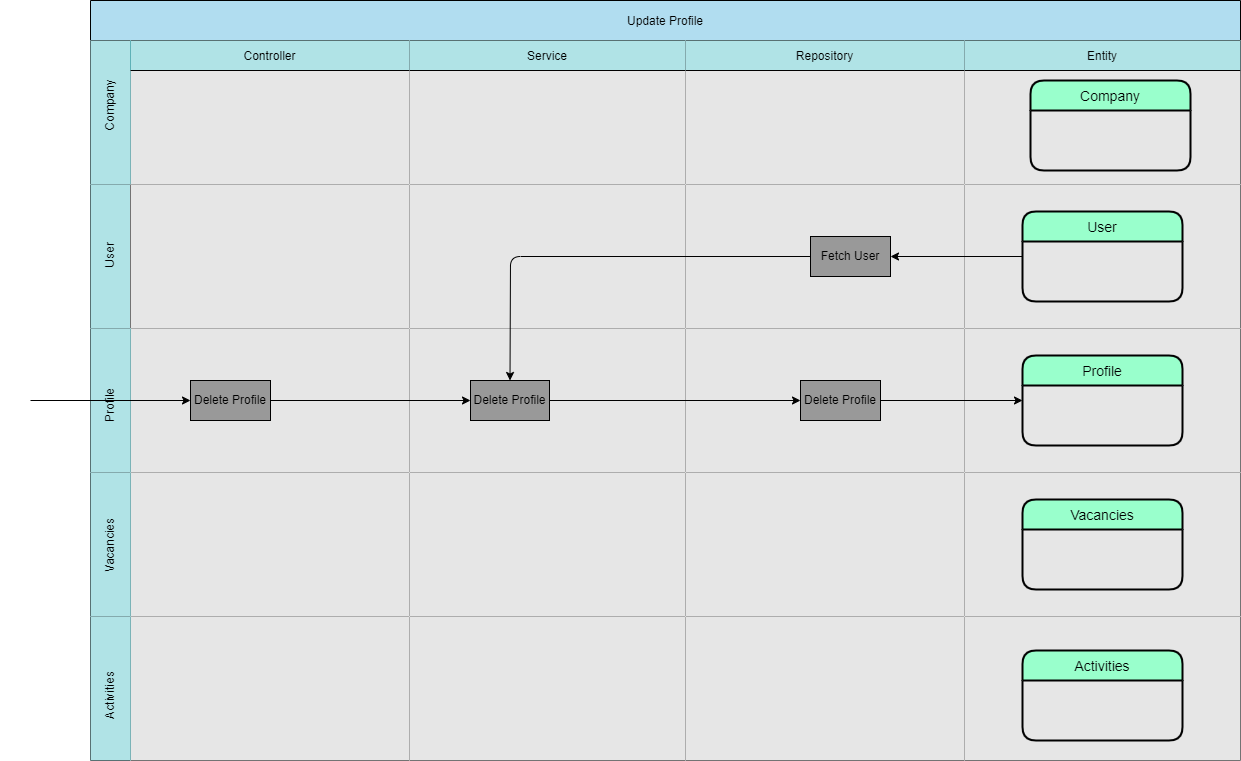
This is documents/asd/VAC-ASD-Delete-Profile-AS-v1.png from AaronSaya/educom-symfony-1690191754, a draw.io export, as it was before one commit. Source tidied: cells renumbered, new cells last; positions are measured from the earlier drawing's top-left corner, leaving out a move shared by most shapes.
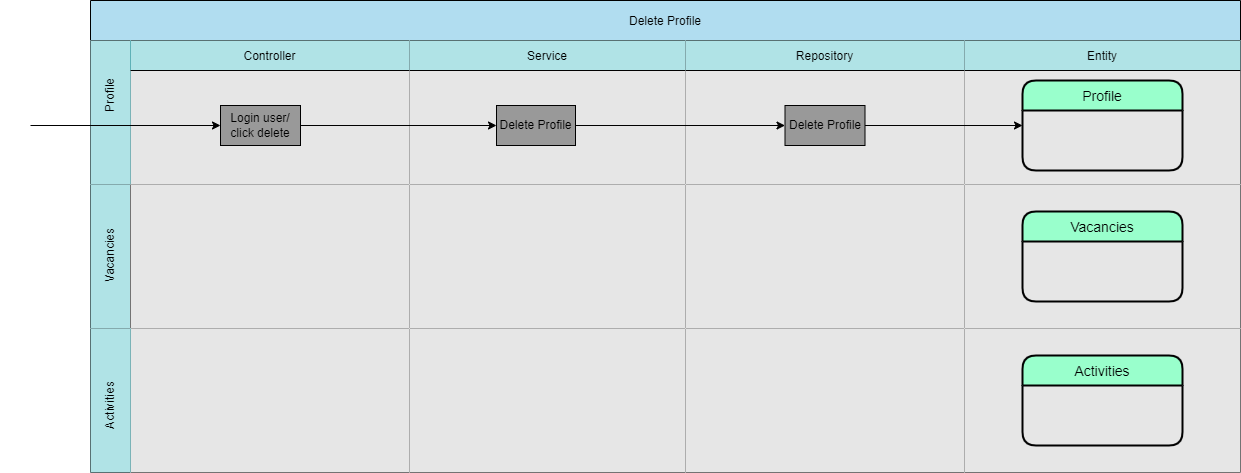
The same file after the commit.

What changed in the source:
```diff
@@ -2,8 +2,8 @@
   <root>
     <mxCell id="0" />
     <mxCell id="1" parent="0" />
-    <mxCell id="2" value="Update Profile" style="shape=table;startSize=40;fillColor=#b1ddf0;strokeColor=#000000;fontColor=#000000;" parent="1" vertex="1">
-      <mxGeometry x="90" width="1150" height="760" as="geometry" />
+    <mxCell id="2" value="Delete Profile" style="shape=table;startSize=40;fillColor=#b1ddf0;strokeColor=#000000;fontColor=#000000;" parent="1" vertex="1">
+      <mxGeometry x="90" width="1150" height="472" as="geometry" />
     </mxCell>
     <mxCell id="3" style="shape=tableRow;horizontal=0;swimlaneHead=0;swimlaneBody=0;top=0;left=0;bottom=0;right=0;fontStyle=0;fillColor=#b0e3e6;startSize=40;strokeColor=#0e8088;fontColor=#000000;" parent="2" vertex="1">
       <mxGeometry y="40" width="1150" height="144" as="geometry" />
@@ -11,18 +11,36 @@
     <mxCell id="4" value="Controller" style="swimlane;swimlaneHead=0;swimlaneBody=0;fontStyle=0;fillColor=#b0e3e6;startSize=30;strokeColor=#000000;fontColor=#000000;swimlaneFillColor=#E6E6E6;" parent="3" vertex="1">
       <mxGeometry x="40" width="279" height="144" as="geometry" />
     </mxCell>
+    <mxCell id="19" value="Login user/ click delete" style="whiteSpace=wrap;html=1;fillColor=#999999;fillStyle=auto;fontColor=#000000;" parent="4" vertex="1">
+      <mxGeometry x="90" y="65" width="80" height="40" as="geometry" />
+    </mxCell>
     <mxCell id="5" value="Service" style="swimlane;swimlaneHead=0;swimlaneBody=0;fontStyle=0;fillColor=#b0e3e6;startSize=30;strokeColor=#000000;fontColor=#000000;swimlaneFillColor=#E6E6E6;" parent="3" vertex="1">
       <mxGeometry x="319" width="276" height="144" as="geometry" />
     </mxCell>
+    <mxCell id="21" value="Delete&amp;nbsp;Profile" style="whiteSpace=wrap;html=1;fillColor=#999999;fontColor=#000000;" parent="5" vertex="1">
+      <mxGeometry x="87" y="65" width="79" height="40" as="geometry" />
+    </mxCell>
     <mxCell id="6" value="Repository" style="swimlane;swimlaneHead=0;swimlaneBody=0;fontStyle=0;fillColor=#b0e3e6;startSize=30;strokeColor=#000000;fontColor=#000000;swimlaneFillColor=#E6E6E6;" parent="3" vertex="1">
       <mxGeometry x="595" width="279" height="144" as="geometry" />
     </mxCell>
+    <mxCell id="23" value="Delete&amp;nbsp;Profile" style="whiteSpace=wrap;html=1;fillColor=#999999;fontColor=#000000;" parent="6" vertex="1">
+      <mxGeometry x="99.5" y="65" width="80" height="40" as="geometry" />
+    </mxCell>
     <mxCell id="7" value="Entity" style="swimlane;swimlaneHead=0;swimlaneBody=0;fontStyle=0;fillColor=#b0e3e6;startSize=30;strokeColor=#000000;fontColor=#000000;swimlaneFillColor=#E6E6E6;" parent="3" vertex="1">
       <mxGeometry x="874" width="276" height="144" as="geometry" />
     </mxCell>
-    <mxCell id="8" value="Company" style="swimlane;horizontal=1;startSize=30;rounded=1;fontSize=14;fontStyle=0;strokeWidth=2;shadow=0;dashed=0;align=center;fillColor=#99FFCC;strokeColor=#000000;fontColor=#000000;" parent="7" vertex="1">
-      <mxGeometry x="66" y="40" width="160" height="90" as="geometry" />
-    </mxCell>
+    <mxCell id="25" value="Profile" style="swimlane;horizontal=1;startSize=30;rounded=1;fontSize=14;fontStyle=0;strokeWidth=2;shadow=0;dashed=0;align=center;fillColor=#99FFCC;strokeColor=#000000;fontColor=#000000;" parent="7" vertex="1">
+      <mxGeometry x="58" y="40" width="160" height="90" as="geometry" />
+    </mxCell>
+    <mxCell id="28" style="edgeStyle=none;html=1;entryX=0;entryY=0.5;entryDx=0;entryDy=0;strokeColor=#000000;" parent="3" edge="1" source="23" target="25">
+      <mxGeometry relative="1" as="geometry" />
+    </mxCell>
+    <mxCell id="26" style="edgeStyle=none;html=1;strokeColor=#000000;" parent="3" edge="1" source="21" target="23">
+      <mxGeometry relative="1" as="geometry" />
+    </mxCell>
+    <mxCell id="27" style="edgeStyle=none;html=1;entryX=0;entryY=0.5;entryDx=0;entryDy=0;strokeColor=#000000;" parent="3" edge="1" source="19" target="21">
+      <mxGeometry relative="1" as="geometry" />
+    </mxCell>
     <mxCell id="9" style="shape=tableRow;horizontal=0;swimlaneHead=0;swimlaneBody=0;top=0;left=0;bottom=0;right=0;fontStyle=0;fillColor=#b0e3e6;startSize=40;strokeColor=#000000;" parent="2" vertex="1">
       <mxGeometry y="184" width="1150" height="144" as="geometry" />
     </mxCell>
@@ -35,117 +53,44 @@
     <mxCell id="12" style="swimlane;swimlaneHead=0;swimlaneBody=0;fontStyle=0;fillColor=none;startSize=0;swimlaneFillColor=#E6E6E6;strokeColor=#000000;" parent="9" vertex="1">
       <mxGeometry x="595" width="279" height="144" as="geometry" />
     </mxCell>
-    <mxCell id="13" value="Fetch User" style="whiteSpace=wrap;html=1;fillColor=#999999;fontColor=#000000;" parent="12" vertex="1">
-      <mxGeometry x="125" y="52" width="80" height="40" as="geometry" />
-    </mxCell>
     <mxCell id="14" style="swimlane;swimlaneHead=0;swimlaneBody=0;fontStyle=0;fillColor=none;startSize=0;swimlaneFillColor=#E6E6E6;strokeColor=#000000;" parent="9" vertex="1">
       <mxGeometry x="874" width="276" height="144" as="geometry" />
     </mxCell>
-    <mxCell id="15" value="User" style="swimlane;horizontal=1;startSize=30;rounded=1;fontSize=14;fontStyle=0;strokeWidth=2;shadow=0;dashed=0;align=center;fillColor=#99FFCC;strokeColor=#000000;fontColor=#000000;" parent="14" vertex="1">
-      <mxGeometry x="58" y="27" width="160" height="90" as="geometry" />
-    </mxCell>
-    <mxCell id="16" style="edgeStyle=none;html=1;strokeColor=#000000;" parent="9" edge="1" source="15" target="13">
-      <mxGeometry relative="1" as="geometry" />
-    </mxCell>
+    <mxCell id="34" value="Vacancies" style="swimlane;horizontal=1;startSize=30;rounded=1;fontSize=14;fontStyle=0;strokeWidth=2;shadow=0;dashed=0;align=center;fillColor=#99FFCC;strokeColor=#000000;fontColor=#000000;" parent="14" vertex="1">
+      <mxGeometry x="58" y="27" width="160" height="90" as="geometry" />
+    </mxCell>
     <mxCell id="17" style="shape=tableRow;horizontal=0;swimlaneHead=0;swimlaneBody=0;top=0;left=0;bottom=0;right=0;fontStyle=0;fillColor=#b0e3e6;startSize=40;strokeColor=#0e8088;" parent="2" vertex="1">
       <mxGeometry y="328" width="1150" height="144" as="geometry" />
     </mxCell>
     <mxCell id="18" style="swimlane;swimlaneHead=0;swimlaneBody=0;fontStyle=0;fillColor=none;startSize=0;swimlaneFillColor=#E6E6E6;strokeColor=#000000;" parent="17" vertex="1">
       <mxGeometry x="40" width="279" height="144" as="geometry" />
     </mxCell>
-    <mxCell id="19" value="Delete Profile" style="whiteSpace=wrap;html=1;fillColor=#999999;fillStyle=auto;fontColor=#000000;" parent="18" vertex="1">
-      <mxGeometry x="60" y="52" width="80" height="40" as="geometry" />
-    </mxCell>
     <mxCell id="20" style="swimlane;swimlaneHead=0;swimlaneBody=0;fontStyle=0;fillColor=none;startSize=0;swimlaneFillColor=#E6E6E6;strokeColor=#000000;" parent="17" vertex="1">
       <mxGeometry x="319" width="276" height="144" as="geometry" />
     </mxCell>
-    <mxCell id="21" value="Delete&amp;nbsp;Profile" style="whiteSpace=wrap;html=1;fillColor=#999999;fontColor=#000000;" parent="20" vertex="1">
-      <mxGeometry x="61" y="52" width="79" height="40" as="geometry" />
-    </mxCell>
     <mxCell id="22" style="swimlane;swimlaneHead=0;swimlaneBody=0;fontStyle=0;fillColor=none;startSize=0;fontColor=#000000;swimlaneFillColor=#E6E6E6;strokeColor=#000000;" parent="17" vertex="1">
       <mxGeometry x="595" width="279" height="144" as="geometry" />
     </mxCell>
-    <mxCell id="23" value="Delete&amp;nbsp;Profile" style="whiteSpace=wrap;html=1;fillColor=#999999;fontColor=#000000;" parent="22" vertex="1">
-      <mxGeometry x="115" y="52" width="80" height="40" as="geometry" />
-    </mxCell>
     <mxCell id="24" style="swimlane;swimlaneHead=0;swimlaneBody=0;fontStyle=0;fillColor=none;startSize=0;swimlaneFillColor=#E6E6E6;strokeColor=#000000;" parent="17" vertex="1">
       <mxGeometry x="874" width="276" height="144" as="geometry" />
     </mxCell>
-    <mxCell id="25" value="Profile" style="swimlane;horizontal=1;startSize=30;rounded=1;fontSize=14;fontStyle=0;strokeWidth=2;shadow=0;dashed=0;align=center;fillColor=#99FFCC;strokeColor=#000000;fontColor=#000000;" parent="24" vertex="1">
-      <mxGeometry x="58" y="27" width="160" height="90" as="geometry" />
-    </mxCell>
-    <mxCell id="26" style="edgeStyle=none;html=1;strokeColor=#000000;" parent="17" edge="1" source="21" target="23">
-      <mxGeometry relative="1" as="geometry" />
-    </mxCell>
-    <mxCell id="27" style="edgeStyle=none;html=1;entryX=0;entryY=0.5;entryDx=0;entryDy=0;strokeColor=#000000;" parent="17" edge="1" source="19" target="21">
-      <mxGeometry relative="1" as="geometry" />
-    </mxCell>
-    <mxCell id="28" style="edgeStyle=none;html=1;entryX=0;entryY=0.5;entryDx=0;entryDy=0;strokeColor=#000000;" parent="17" edge="1" source="23" target="25">
-      <mxGeometry relative="1" as="geometry" />
-    </mxCell>
-    <mxCell id="29" style="shape=tableRow;horizontal=0;swimlaneHead=0;swimlaneBody=0;top=0;left=0;bottom=0;right=0;fontStyle=0;fillColor=#b0e3e6;startSize=40;strokeColor=#0e8088;" parent="2" vertex="1">
-      <mxGeometry y="472" width="1150" height="144" as="geometry" />
-    </mxCell>
-    <mxCell id="30" style="swimlane;swimlaneHead=0;swimlaneBody=0;fontStyle=0;fillColor=none;startSize=0;swimlaneFillColor=#E6E6E6;strokeColor=#000000;" parent="29" vertex="1">
-      <mxGeometry x="40" width="279" height="144" as="geometry" />
-    </mxCell>
-    <mxCell id="31" style="swimlane;swimlaneHead=0;swimlaneBody=0;fontStyle=0;fillColor=none;startSize=0;swimlaneFillColor=#E6E6E6;strokeColor=#000000;" parent="29" vertex="1">
-      <mxGeometry x="319" width="276" height="144" as="geometry" />
-    </mxCell>
-    <mxCell id="32" style="swimlane;swimlaneHead=0;swimlaneBody=0;fontStyle=0;fillColor=none;startSize=0;swimlaneFillColor=#E6E6E6;strokeColor=#000000;" parent="29" vertex="1">
-      <mxGeometry x="595" width="279" height="144" as="geometry" />
-    </mxCell>
-    <mxCell id="33" style="swimlane;swimlaneHead=0;swimlaneBody=0;fontStyle=0;fillColor=none;startSize=0;swimlaneFillColor=#E6E6E6;" parent="29" vertex="1">
-      <mxGeometry x="874" width="276" height="144" as="geometry" />
-    </mxCell>
-    <mxCell id="34" value="Vacancies" style="swimlane;horizontal=1;startSize=30;rounded=1;fontSize=14;fontStyle=0;strokeWidth=2;shadow=0;dashed=0;align=center;fillColor=#99FFCC;strokeColor=#000000;fontColor=#000000;" parent="33" vertex="1">
-      <mxGeometry x="58" y="27" width="160" height="90" as="geometry" />
-    </mxCell>
-    <mxCell id="35" style="shape=tableRow;horizontal=0;swimlaneHead=0;swimlaneBody=0;top=0;left=0;bottom=0;right=0;fontStyle=0;fillColor=#b0e3e6;startSize=40;strokeColor=#0e8088;" parent="2" vertex="1">
-      <mxGeometry y="616" width="1150" height="144" as="geometry" />
-    </mxCell>
-    <mxCell id="36" style="swimlane;swimlaneHead=0;swimlaneBody=0;fontStyle=0;fillColor=none;startSize=0;swimlaneFillColor=#E6E6E6;strokeColor=#000000;" parent="35" vertex="1">
-      <mxGeometry x="40" width="279" height="144" as="geometry" />
-    </mxCell>
-    <mxCell id="37" style="swimlane;swimlaneHead=0;swimlaneBody=0;fontStyle=0;fillColor=none;startSize=0;swimlaneFillColor=#E6E6E6;strokeColor=#000000;" parent="35" vertex="1">
-      <mxGeometry x="319" width="276" height="144" as="geometry" />
-    </mxCell>
-    <mxCell id="38" style="swimlane;swimlaneHead=0;swimlaneBody=0;fontStyle=0;fillColor=none;startSize=0;swimlaneFillColor=#E6E6E6;strokeColor=#000000;" parent="35" vertex="1">
-      <mxGeometry x="595" width="279" height="144" as="geometry" />
-    </mxCell>
-    <mxCell id="39" style="swimlane;swimlaneHead=0;swimlaneBody=0;fontStyle=0;fillColor=none;startSize=0;swimlaneFillColor=#E6E6E6;strokeColor=#000000;" parent="35" vertex="1">
-      <mxGeometry x="874" width="276" height="144" as="geometry" />
-    </mxCell>
-    <mxCell id="40" value="Activities" style="swimlane;horizontal=1;startSize=30;rounded=1;fontSize=14;fontStyle=0;strokeWidth=2;shadow=0;dashed=0;align=center;fillColor=#99FFCC;strokeColor=#000000;fontColor=#000000;" parent="39" vertex="1">
-      <mxGeometry x="58" y="34" width="160" height="90" as="geometry" />
+    <mxCell id="40" value="Activities" style="swimlane;horizontal=1;startSize=30;rounded=1;fontSize=14;fontStyle=0;strokeWidth=2;shadow=0;dashed=0;align=center;fillColor=#99FFCC;strokeColor=#000000;fontColor=#000000;" parent="24" vertex="1">
+      <mxGeometry x="58" y="27" width="160" height="90" as="geometry" />
     </mxCell>
-    <mxCell id="41" style="edgeStyle=none;html=1;entryX=0.5;entryY=0;entryDx=0;entryDy=0;strokeColor=#000000;" parent="2" edge="1" source="13" target="21">
-      <mxGeometry relative="1" as="geometry">
-        <Array as="points">
-          <mxPoint x="420" y="256" />
-        </Array>
-      </mxGeometry>
-    </mxCell>
-    <mxCell id="42" value="&lt;font color=&quot;#000000&quot;&gt;Company&lt;/font&gt;" style="text;strokeColor=none;align=center;fillColor=none;html=1;verticalAlign=middle;whiteSpace=wrap;rounded=0;rotation=-90;" parent="1" vertex="1">
-      <mxGeometry x="80" y="90" width="60" height="30" as="geometry" />
-    </mxCell>
-    <mxCell id="43" value="&lt;font color=&quot;#000000&quot;&gt;User&lt;/font&gt;" style="text;strokeColor=none;align=center;fillColor=none;html=1;verticalAlign=middle;whiteSpace=wrap;rounded=0;rotation=-90;" parent="1" vertex="1">
-      <mxGeometry x="80" y="240" width="60" height="30" as="geometry" />
-    </mxCell>
     <mxCell id="44" value="&lt;font color=&quot;#000000&quot;&gt;Profile&lt;/font&gt;" style="text;strokeColor=none;align=center;fillColor=none;html=1;verticalAlign=middle;whiteSpace=wrap;rounded=0;rotation=-90;" parent="1" vertex="1">
-      <mxGeometry x="80" y="390" width="60" height="30" as="geometry" />
+      <mxGeometry x="80" y="80" width="60" height="30" as="geometry" />
     </mxCell>
     <mxCell id="45" value="&lt;font color=&quot;#000000&quot;&gt;Vacancies&lt;/font&gt;" style="text;strokeColor=none;align=center;fillColor=none;html=1;verticalAlign=middle;whiteSpace=wrap;rounded=0;rotation=-90;" parent="1" vertex="1">
-      <mxGeometry x="80" y="530" width="60" height="30" as="geometry" />
+      <mxGeometry x="80" y="240" width="60" height="30" as="geometry" />
     </mxCell>
     <mxCell id="46" value="&lt;font color=&quot;#000000&quot;&gt;Activities&lt;/font&gt;" style="text;strokeColor=none;align=center;fillColor=none;html=1;verticalAlign=middle;whiteSpace=wrap;rounded=0;rotation=-90;" parent="1" vertex="1">
-      <mxGeometry x="80" y="680" width="60" height="30" as="geometry" />
+      <mxGeometry x="80" y="390" width="60" height="30" as="geometry" />
     </mxCell>
     <mxCell id="47" style="edgeStyle=none;html=1;strokeColor=#000000;" parent="1" edge="1" source="48" target="19">
       <mxGeometry relative="1" as="geometry" />
     </mxCell>
     <mxCell id="48" value="&lt;font color=&quot;#ffffff&quot;&gt;Actor&lt;/font&gt;" style="shape=umlActor;verticalLabelPosition=bottom;verticalAlign=top;html=1;outlineConnect=0;strokeColor=#FFFFFF;fillColor=none;" parent="1" vertex="1">
-      <mxGeometry y="370" width="30" height="60" as="geometry" />
+      <mxGeometry y="95" width="30" height="60" as="geometry" />
     </mxCell>
   </root>
 </mxGraphModel>
```
